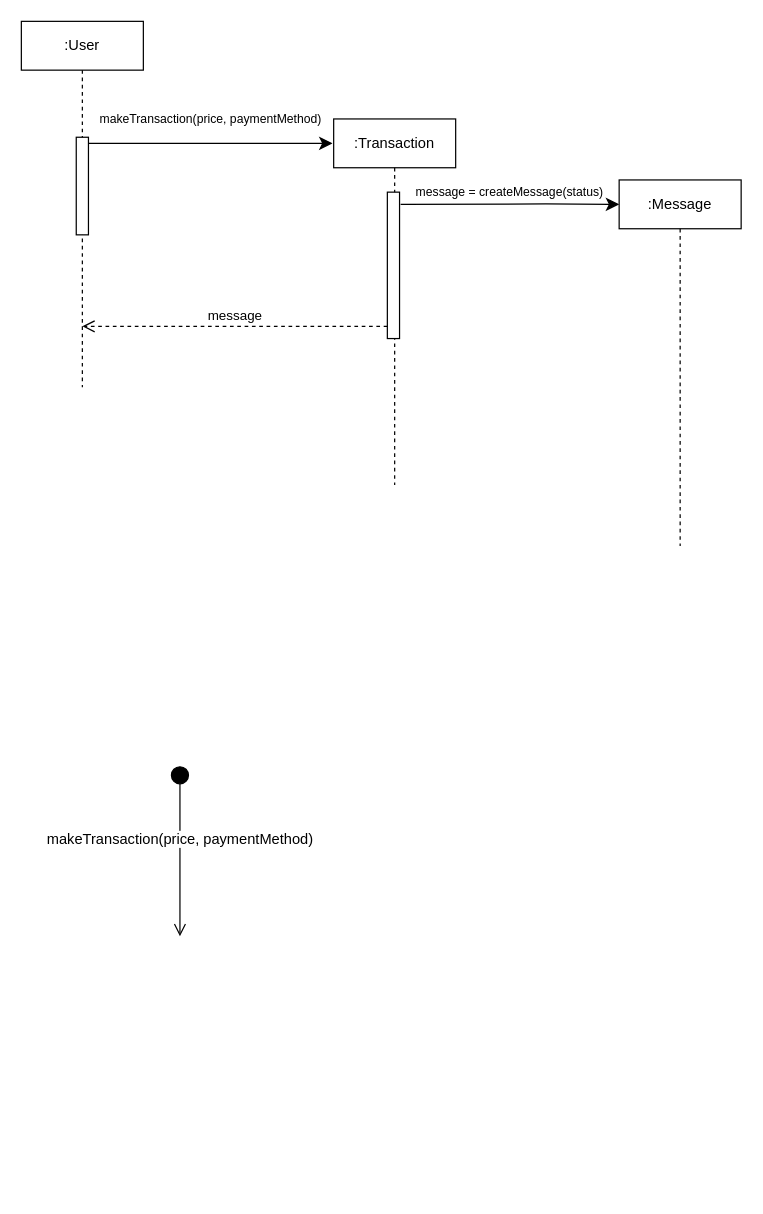
Before: page "Page-2" (2 of 2) of Workshop4.drawio in antonykimuom/SWEN30006-2025-SM1-workshop1-tuew05-14-00-team-12, a draw.io diagram. Source tidied: cells renumbered, new cells numbered last; positions are measured from the earlier drawing's top-left corner, leaving out a move shared by most shapes. Both pictures are drawn from the tidied source at 122%, with x=0, y=0 at pixel (21, 21).
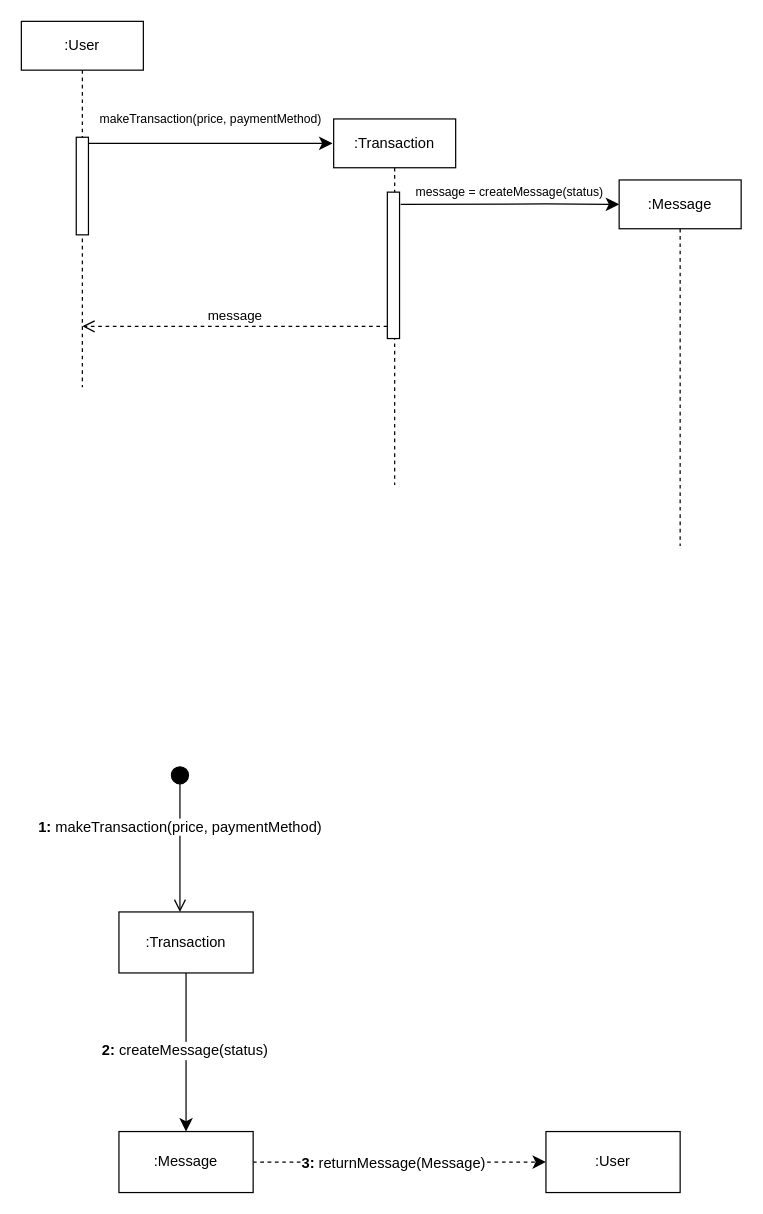
After the change.

Diff of the diagram source:
```diff
@@
-    <mxCell id="12" value="makeTransaction(price, paymentMethod)" style="html=1;verticalAlign=bottom;startArrow=circle;startFill=1;endArrow=open;startSize=6;endSize=8;curved=0;rounded=0;fontSize=12;" parent="1" edge="1">
+    <mxCell id="12" value="&lt;b&gt;1:&amp;nbsp;&lt;/b&gt;makeTransaction(price, paymentMethod)" style="html=1;verticalAlign=bottom;startArrow=circle;startFill=1;endArrow=open;startSize=6;endSize=8;curved=0;rounded=0;fontSize=12;" parent="1" edge="1">
       <mxGeometry relative="1" as="geometry">
         <mxPoint x="130" y="610" as="sourcePoint" />
-        <mxPoint x="130" y="750" as="targetPoint" />
+        <mxPoint x="130" y="730" as="targetPoint" />
       </mxGeometry>
     </mxCell>
+    <mxCell id="13" style="edgeStyle=none;curved=1;rounded=0;jettySize=auto;html=1;fontSize=12;startSize=8;endSize=8;" parent="1" edge="1" source="15" target="18">
+      <mxGeometry relative="1" as="geometry" />
+    </mxCell>
+    <mxCell id="14" value="&lt;b&gt;2: &lt;/b&gt;createMessage(status)" style="edgeLabel;html=1;align=center;verticalAlign=middle;fontSize=12;" parent="13" vertex="1">
+      <mxGeometry x="-0.03" y="-2" relative="1" as="geometry" />
+    </mxCell>
+    <mxCell id="15" value=":Transaction" style="html=1;whiteSpace=wrap;" parent="1" vertex="1">
+      <mxGeometry x="80" y="730" width="110" height="50" as="geometry" />
+    </mxCell>
+    <mxCell id="16" style="edgeStyle=none;curved=1;rounded=0;jettySize=auto;html=1;entryX=0;entryY=0.5;entryDx=0;entryDy=0;fontSize=12;startSize=8;endSize=8;dashed=1;" parent="1" edge="1" source="18" target="19">
+      <mxGeometry relative="1" as="geometry" />
+    </mxCell>
+    <mxCell id="17" value="&lt;b&gt;3: &lt;/b&gt;returnMessage(Message)" style="edgeLabel;html=1;align=center;verticalAlign=middle;fontSize=12;" parent="16" vertex="1">
+      <mxGeometry x="-0.23" y="-1" relative="1" as="geometry">
+        <mxPoint x="22" y="-1" as="offset" />
+      </mxGeometry>
+    </mxCell>
+    <mxCell id="18" value=":Message" style="html=1;whiteSpace=wrap;" parent="1" vertex="1">
+      <mxGeometry x="80" y="910" width="110" height="50" as="geometry" />
+    </mxCell>
+    <mxCell id="19" value=":User" style="html=1;whiteSpace=wrap;" parent="1" vertex="1">
+      <mxGeometry x="430" y="910" width="110" height="50" as="geometry" />
+    </mxCell>
```
